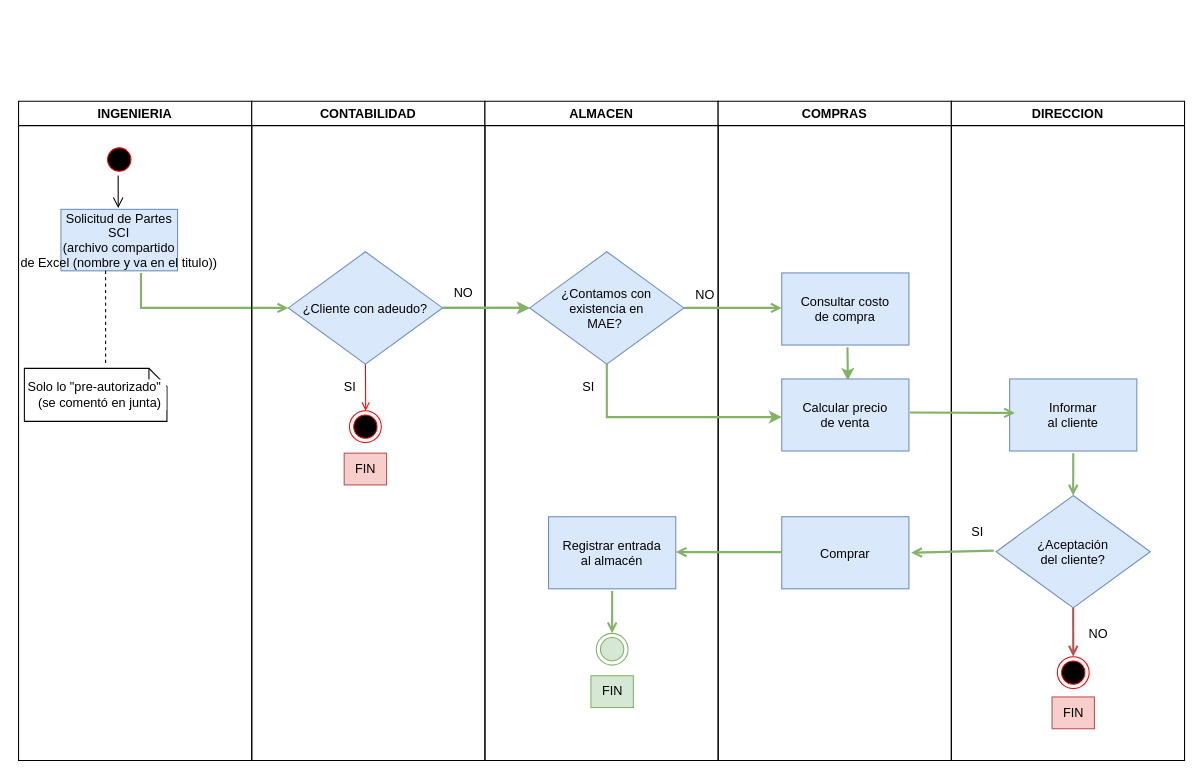
The draw.io diagram Flujos/D-Actividades-SCI-Servicios-Ingenieria.drawio in RaulGutierrezCarmona/Diagrams, before the edit. Source tidied: cells renumbered, new cells numbered last; positions are measured from the earlier drawing's top-left corner, leaving out a move shared by most shapes. Both pictures are drawn from the tidied source at 106%, with x=0, y=0 at pixel (18, 101).
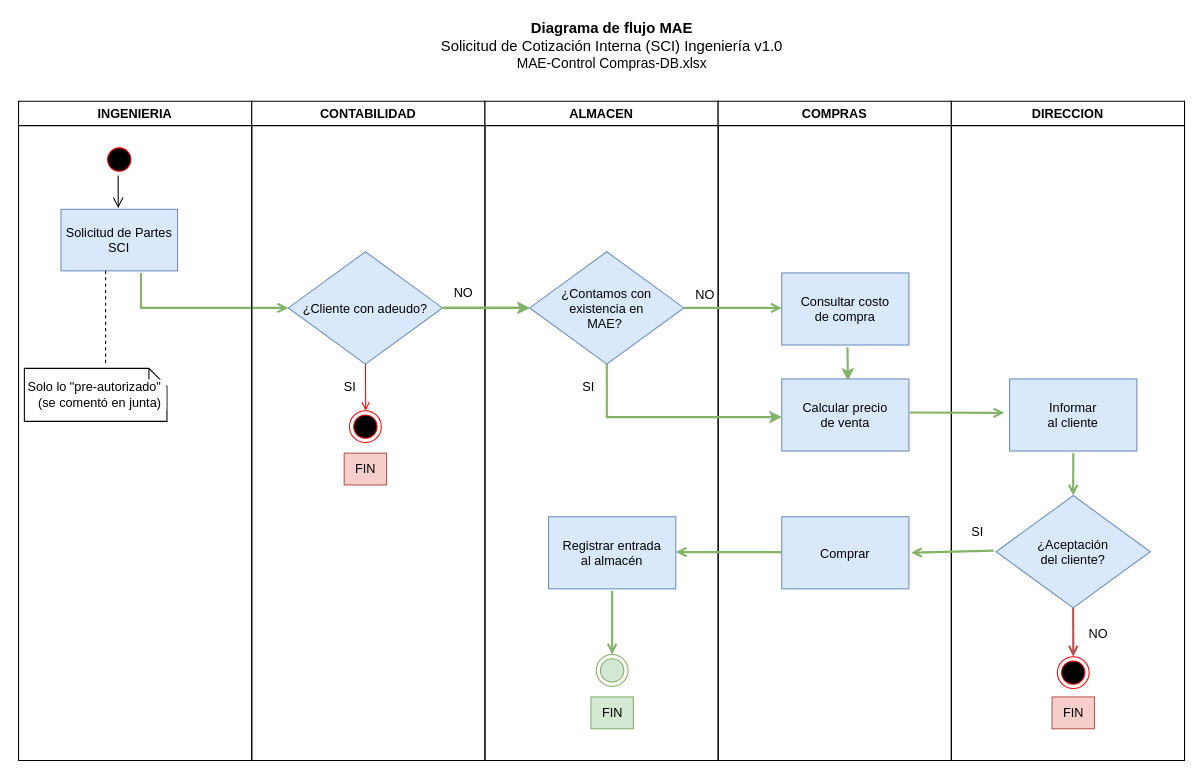
After the change.

Unchanged cells that the change refers to:
```xml
<mxCell id="2" value="INGENIERIA" style="swimlane;whiteSpace=wrap;" parent="1" vertex="1">
  <mxGeometry width="220" height="622" as="geometry" />
</mxCell>
<mxCell id="17" value="ALMACEN" style="swimlane;whiteSpace=wrap;" parent="1" vertex="1">
  <mxGeometry x="440" width="220" height="622" as="geometry" />
</mxCell>
<mxCell id="29" value="Calcular precio &#10;de venta" style="fillColor=#dae8fc;strokeColor=#6c8ebf;" parent="25" vertex="1">
  <mxGeometry x="60" y="262" width="120" height="68" as="geometry" />
</mxCell>
<mxCell id="32" value="Informar &#10;al cliente" style="fillColor=#dae8fc;strokeColor=#6c8ebf;" parent="30" vertex="1">
  <mxGeometry x="55" y="262" width="120" height="68" as="geometry" />
</mxCell>
```

Change to the diagram source:
```diff
@@
-    <mxCell id="5" value="Solicitud de Partes&#10;SCI&#10;(archivo compartido&#10;de Excel (nombre y va en el titulo))" style="fillColor=#dae8fc;strokeColor=#6c8ebf;" parent="2" vertex="1">
+    <mxCell id="5" value="Solicitud de Partes&#10;SCI" style="fillColor=#dae8fc;strokeColor=#6c8ebf;" parent="2" vertex="1">
       <mxGeometry x="40" y="102" width="110" height="58" as="geometry" />
     </mxCell>
@@
     <mxCell id="22" value="FIN" style="text;html=1;align=center;verticalAlign=middle;strokeColor=#82b366;fillColor=#d5e8d4;" parent="17" vertex="1">
-      <mxGeometry x="100" y="542" width="40" height="30" as="geometry" />
+      <mxGeometry x="100" y="562" width="40" height="30" as="geometry" />
     </mxCell>
     <mxCell id="23" style="ellipse;shape=endState;fillColor=#d5e8d4;strokeColor=#82b366;" parent="17" vertex="1">
-      <mxGeometry x="105" y="502" width="30" height="30" as="geometry" />
+      <mxGeometry x="105" y="522" width="30" height="30" as="geometry" />
     </mxCell>
+    <mxCell id="43" style="endArrow=open;strokeColor=#82b366;endFill=1;rounded=0;fillColor=#d5e8d4;strokeWidth=2;entryX=0.5;entryY=0;entryDx=0;entryDy=0;" parent="17" edge="1" target="23">
+      <mxGeometry x="1" y="-30" relative="1" as="geometry">
+        <mxPoint x="120" y="462" as="sourcePoint" />
+        <mxPoint x="30" y="30" as="offset" />
+      </mxGeometry>
+    </mxCell>
@@
-    <mxCell id="43" style="endArrow=open;strokeColor=#82b366;endFill=1;rounded=0;fillColor=#d5e8d4;strokeWidth=2;" parent="1" edge="1">
-      <mxGeometry x="1" y="-30" relative="1" as="geometry">
-        <mxPoint x="560" y="462" as="sourcePoint" />
-        <mxPoint x="560" y="502" as="targetPoint" />
-        <mxPoint x="30" y="30" as="offset" />
-      </mxGeometry>
-    </mxCell>
@@
-    <mxCell id="45" style="endArrow=open;strokeColor=#82b366;endFill=1;rounded=0;exitX=1.008;exitY=0.466;exitDx=0;exitDy=0;exitPerimeter=0;fillColor=#d5e8d4;strokeWidth=2;entryX=0.042;entryY=0.471;entryDx=0;entryDy=0;entryPerimeter=0;" parent="1" edge="1" source="29" target="32">
+    <mxCell id="45" style="endArrow=open;strokeColor=#82b366;endFill=1;rounded=0;exitX=1.008;exitY=0.466;exitDx=0;exitDy=0;exitPerimeter=0;fillColor=#d5e8d4;strokeWidth=2;" parent="1" edge="1" source="29">
       <mxGeometry x="1" y="-30" relative="1" as="geometry">
-        <Array as="points">
-          <mxPoint x="920" y="294" />
-        </Array>
+        <mxPoint x="930" y="294" as="targetPoint" />
         <mxPoint x="30" y="30" as="offset" />
       </mxGeometry>
     </mxCell>
+    <mxCell id="46" value="&lt;b&gt;&lt;font style=&quot;font-size: 14px;&quot;&gt;Diagrama de flujo MAE &lt;/font&gt;&lt;/b&gt;&lt;br&gt;&lt;font style=&quot;font-size: 14px;&quot;&gt;Solicitud de Cotización Interna (SCI) Ingeniería v1.0&lt;/font&gt;&lt;br&gt;&lt;font style=&quot;font-size: 13px;&quot;&gt;MAE-Control Compras-DB.xlsx&lt;/font&gt;" style="text;html=1;strokeColor=none;fillColor=none;align=center;verticalAlign=middle;whiteSpace=wrap;rounded=0;" parent="1" vertex="1">
+      <mxGeometry x="220" y="-78" width="680" height="50" as="geometry" />
+    </mxCell>
```
